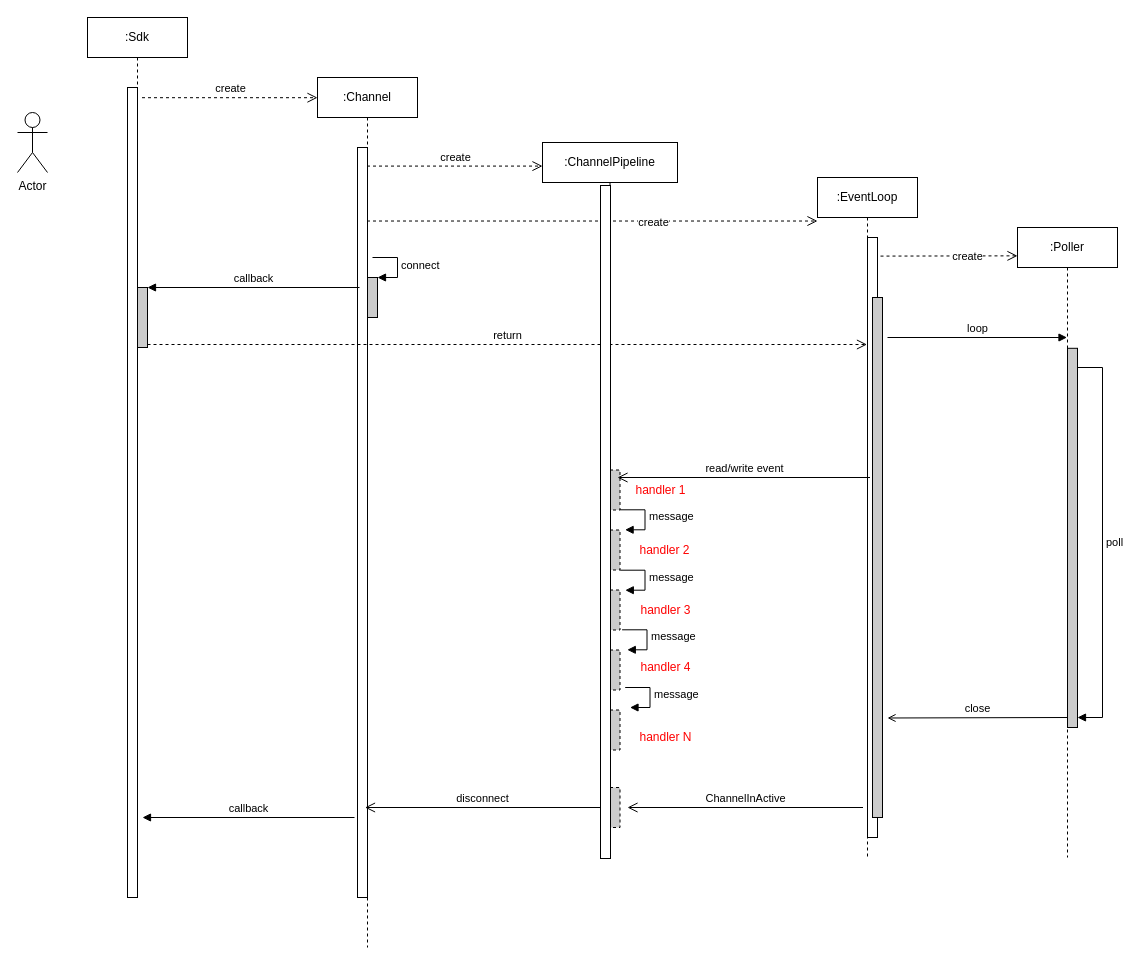
The draw.io diagram page "UML序列图" (3 of 3) of transport.drawio in bingo787/draw, before the edit. Source tidied: cells renumbered, new cells numbered last; positions are measured from the earlier drawing's top-left corner, leaving out a move shared by most shapes. Both pictures are drawn from the tidied source at 100%, with x=0, y=0 at pixel (17, 17).
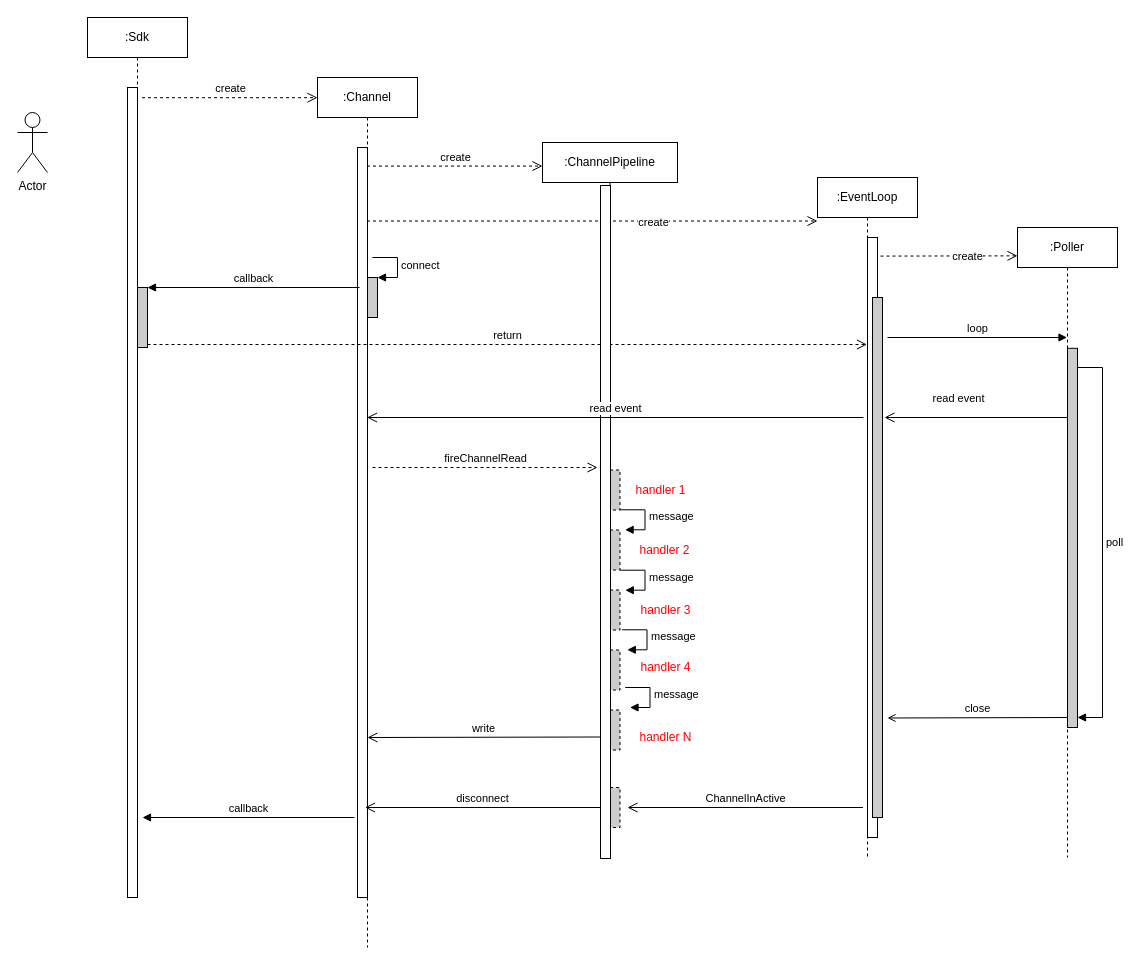
The same page after the edit.

The change refers to these unchanged cells:
```xml
<mxCell id="2" value=":Channel" style="shape=umlLifeline;perimeter=lifelinePerimeter;whiteSpace=wrap;html=1;outlineConnect=0;" parent="1" vertex="1">
  <mxGeometry x="300" y="60" width="100" height="870" as="geometry" />
</mxCell>
<mxCell id="5" style="html=1;points=[];perimeter=orthogonalPerimeter;fillColor=#FFFFFF;fontColor=#000000;" parent="4" vertex="1">
  <mxGeometry x="50" y="60" width="10" height="600" as="geometry" />
</mxCell>
```

Change to the diagram source:
```diff
@@
-    <mxCell id="26" value="read/write event" style="html=1;verticalAlign=bottom;endArrow=open;endSize=8;fontColor=#000000;" parent="1" edge="1">
-      <mxGeometry relative="1" as="geometry">
-        <mxPoint x="852.5" y="460" as="sourcePoint" />
-        <mxPoint x="600" y="460" as="targetPoint" />
-      </mxGeometry>
-    </mxCell>
@@
+    <mxCell id="46" value="read event" style="html=1;verticalAlign=bottom;endArrow=open;endSize=8;fontColor=#000000;" parent="1" edge="1">
+      <mxGeometry x="0.2" y="-10" relative="1" as="geometry">
+        <mxPoint x="1049.5" y="400" as="sourcePoint" />
+        <mxPoint x="867" y="400" as="targetPoint" />
+        <mxPoint x="1" as="offset" />
+      </mxGeometry>
+    </mxCell>
+    <mxCell id="47" value="read event" style="html=1;verticalAlign=bottom;endArrow=open;endSize=8;fontColor=#000000;exitX=-0.4;exitY=0.3;exitDx=0;exitDy=0;exitPerimeter=0;" parent="1" edge="1" source="5" target="2">
+      <mxGeometry relative="1" as="geometry" />
+    </mxCell>
+    <mxCell id="48" value="fireChannelRead" style="html=1;verticalAlign=bottom;endArrow=open;dashed=1;endSize=8;fontColor=#000000;" parent="1" edge="1">
+      <mxGeometry relative="1" as="geometry">
+        <mxPoint x="355" y="450" as="sourcePoint" />
+        <mxPoint x="580" y="450" as="targetPoint" />
+      </mxGeometry>
+    </mxCell>
+    <mxCell id="49" value="write" style="html=1;verticalAlign=bottom;endArrow=open;endSize=8;fontColor=#000000;" parent="1" edge="1">
+      <mxGeometry relative="1" as="geometry">
+        <mxPoint x="583" y="719.5" as="sourcePoint" />
+        <mxPoint x="350" y="720" as="targetPoint" />
+      </mxGeometry>
+    </mxCell>
```
